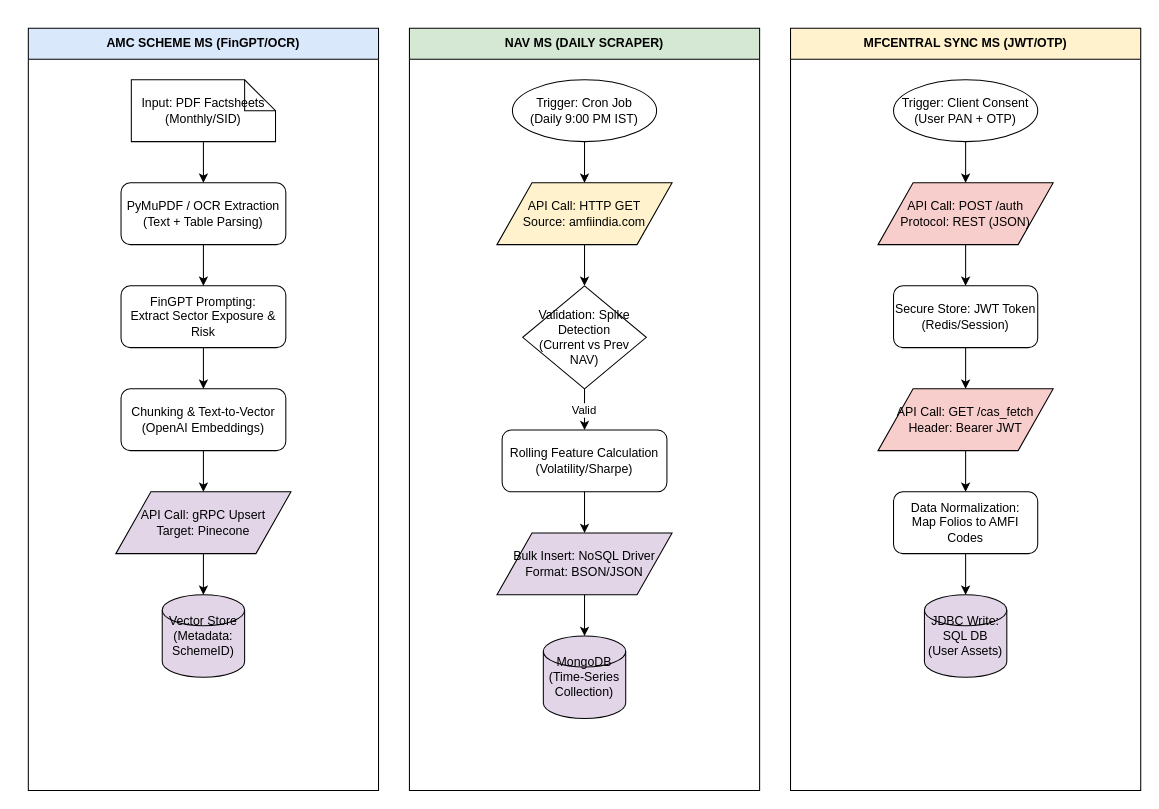
The draw.io diagram diagrams/aiml-wms-ms.v01.drawio in govindthange/agentic-wealth-advisor-crew, before the edit. Source tidied: cells renumbered, new cells numbered last; positions are measured from the earlier drawing's top-left corner, leaving out a move shared by most shapes. Both pictures are drawn from the tidied source at 103%, with x=0, y=0 at pixel (28, 28).
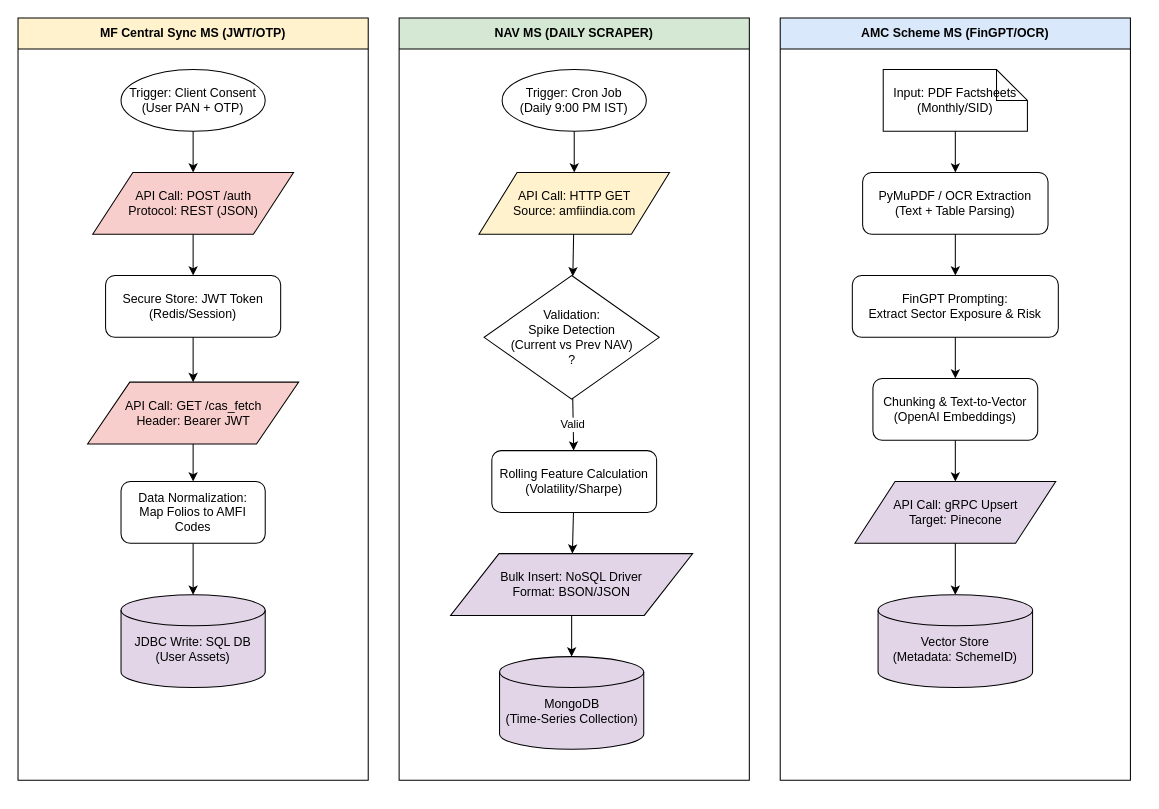
Above is the later version.

The edit, as a diff of the source:
```diff
@@
-    <mxCell id="2" value="AMC SCHEME MS (FinGPT/OCR)" style="swimlane;whiteSpace=wrap;html=1;fillColor=#dae8fc;startSize=30;fontStyle=1;" parent="1" vertex="1">
-      <mxGeometry width="340" height="740" as="geometry" />
+    <mxCell id="2" value="AMC Scheme MS (FinGPT/OCR)" style="swimlane;whiteSpace=wrap;html=1;fillColor=#dae8fc;startSize=30;fontStyle=1;" parent="1" vertex="1">
+      <mxGeometry x="730" y="-10" width="340" height="740" as="geometry" />
     </mxCell>
@@
     <mxCell id="4" value="PyMuPDF / OCR Extraction&#10;(Text + Table Parsing)" style="rounded=1;whiteSpace=wrap;html=1;fillColor=#ffffff;" parent="2" vertex="1">
-      <mxGeometry x="90" y="150" width="160" height="60" as="geometry" />
+      <mxGeometry x="80" y="150" width="180" height="60" as="geometry" />
     </mxCell>
     <mxCell id="5" value="FinGPT Prompting:&#10;Extract Sector Exposure &amp; Risk" style="rounded=1;whiteSpace=wrap;html=1;fillColor=#ffffff;" parent="2" vertex="1">
-      <mxGeometry x="90" y="250" width="160" height="60" as="geometry" />
+      <mxGeometry x="70" y="250" width="200" height="60" as="geometry" />
     </mxCell>
@@
     <mxCell id="7" value="API Call: gRPC Upsert&#10;Target: Pinecone" style="shape=parallelogram;whiteSpace=wrap;html=1;fillColor=#e1d5e7;" parent="2" vertex="1">
-      <mxGeometry x="85" y="450" width="170" height="60" as="geometry" />
+      <mxGeometry x="72.5" y="450" width="195" height="60" as="geometry" />
     </mxCell>
-    <mxCell id="8" value="Vector Store&#10;(Metadata: SchemeID)" style="shape=cylinder3;whiteSpace=wrap;html=1;fillColor=#e1d5e7;" parent="2" vertex="1">
-      <mxGeometry x="130" y="550" width="80" height="80" as="geometry" />
+    <mxCell id="8" value="Vector Store&#10;(Metadata: SchemeID)" style="shape=cylinder3;whiteSpace=wrap;html=1;fillColor=#e1d5e7;spacingTop=15;" parent="2" vertex="1">
+      <mxGeometry x="95" y="560" width="150" height="90" as="geometry" />
     </mxCell>
     <mxCell id="9" value="NAV MS (DAILY SCRAPER)" style="swimlane;whiteSpace=wrap;html=1;fillColor=#d5e8d4;startSize=30;fontStyle=1;" parent="1" vertex="1">
-      <mxGeometry x="370" width="340" height="740" as="geometry" />
+      <mxGeometry x="360" y="-10" width="340" height="740" as="geometry" />
     </mxCell>
@@
     <mxCell id="11" value="API Call: HTTP GET&#10;Source: amfiindia.com" style="shape=parallelogram;whiteSpace=wrap;html=1;fillColor=#fff2cc;" parent="9" vertex="1">
-      <mxGeometry x="85" y="150" width="170" height="60" as="geometry" />
+      <mxGeometry x="77.5" y="150" width="185" height="60" as="geometry" />
     </mxCell>
-    <mxCell id="12" value="Validation: Spike Detection&#10;(Current vs Prev NAV)" style="rhombus;whiteSpace=wrap;html=1;fillColor=#ffffff;" parent="9" vertex="1">
-      <mxGeometry x="110" y="250" width="120" height="100" as="geometry" />
+    <mxCell id="12" value="Validation:&lt;div&gt;Spike Detection&lt;br&gt;(Current vs Prev NAV)&lt;/div&gt;&lt;div&gt;?&lt;/div&gt;" style="rhombus;whiteSpace=wrap;html=1;fillColor=#ffffff;" parent="9" vertex="1">
+      <mxGeometry x="82.5" y="250" width="170" height="120" as="geometry" />
     </mxCell>
     <mxCell id="13" value="Rolling Feature Calculation&#10;(Volatility/Sharpe)" style="rounded=1;whiteSpace=wrap;html=1;fillColor=#ffffff;" parent="9" vertex="1">
-      <mxGeometry x="90" y="390" width="160" height="60" as="geometry" />
+      <mxGeometry x="90" y="420" width="160" height="60" as="geometry" />
     </mxCell>
     <mxCell id="14" value="Bulk Insert: NoSQL Driver&#10;Format: BSON/JSON" style="shape=parallelogram;whiteSpace=wrap;html=1;fillColor=#e1d5e7;" parent="9" vertex="1">
-      <mxGeometry x="85" y="490" width="170" height="60" as="geometry" />
+      <mxGeometry x="50" y="520" width="235" height="60" as="geometry" />
     </mxCell>
-    <mxCell id="15" value="MongoDB&#10;(Time-Series Collection)" style="shape=cylinder3;whiteSpace=wrap;html=1;fillColor=#e1d5e7;" parent="9" vertex="1">
-      <mxGeometry x="130" y="590" width="80" height="80" as="geometry" />
+    <mxCell id="15" value="MongoDB&#10;(Time-Series Collection)" style="shape=cylinder3;whiteSpace=wrap;html=1;fillColor=#e1d5e7;spacingTop=15;" parent="9" vertex="1">
+      <mxGeometry x="97.5" y="620" width="140" height="90" as="geometry" />
     </mxCell>
+    <mxCell id="31" parent="9" edge="1" source="13" target="14">
+      <mxGeometry relative="1" as="geometry" />
+    </mxCell>
+    <mxCell id="32" parent="9" edge="1" source="14" target="15">
+      <mxGeometry relative="1" as="geometry" />
+    </mxCell>
-    <mxCell id="16" value="MFCENTRAL SYNC MS (JWT/OTP)" style="swimlane;whiteSpace=wrap;html=1;fillColor=#fff2cc;startSize=30;fontStyle=1;" parent="1" vertex="1">
-      <mxGeometry x="740" width="340" height="740" as="geometry" />
+    <mxCell id="16" value="MF Central Sync MS (JWT/OTP)" style="swimlane;whiteSpace=wrap;html=1;fillColor=#fff2cc;startSize=30;fontStyle=1;" parent="1" vertex="1">
+      <mxGeometry x="-10" y="-10" width="340" height="740" as="geometry" />
     </mxCell>
@@
     <mxCell id="18" value="API Call: POST /auth&#10;Protocol: REST (JSON)" style="shape=parallelogram;whiteSpace=wrap;html=1;fillColor=#f8cecc;" parent="16" vertex="1">
-      <mxGeometry x="85" y="150" width="170" height="60" as="geometry" />
+      <mxGeometry x="72.5" y="150" width="195" height="60" as="geometry" />
     </mxCell>
     <mxCell id="19" value="Secure Store: JWT Token&#10;(Redis/Session)" style="rounded=1;whiteSpace=wrap;html=1;fillColor=#ffffff;" parent="16" vertex="1">
-      <mxGeometry x="100" y="250" width="140" height="60" as="geometry" />
+      <mxGeometry x="85" y="250" width="170" height="60" as="geometry" />
     </mxCell>
     <mxCell id="20" value="API Call: GET /cas_fetch&#10;Header: Bearer JWT" style="shape=parallelogram;whiteSpace=wrap;html=1;fillColor=#f8cecc;" parent="16" vertex="1">
-      <mxGeometry x="85" y="350" width="170" height="60" as="geometry" />
+      <mxGeometry x="67.5" y="353.5" width="205" height="60" as="geometry" />
     </mxCell>
@@
-    <mxCell id="22" value="JDBC Write: SQL DB&#10;(User Assets)" style="shape=cylinder3;whiteSpace=wrap;html=1;fillColor=#e1d5e7;" parent="16" vertex="1">
-      <mxGeometry x="130" y="550" width="80" height="80" as="geometry" />
+    <mxCell id="22" value="JDBC Write: SQL DB&#10;(User Assets)" style="shape=cylinder3;whiteSpace=wrap;html=1;fillColor=#e1d5e7;spacingTop=15;" parent="16" vertex="1">
+      <mxGeometry x="100" y="560" width="140" height="90" as="geometry" />
     </mxCell>
@@
-    <mxCell id="31" parent="1" edge="1" source="13" target="14">
-      <mxGeometry relative="1" as="geometry" />
-    </mxCell>
-    <mxCell id="32" parent="1" edge="1" source="14" target="15">
-      <mxGeometry relative="1" as="geometry" />
-    </mxCell>
```
